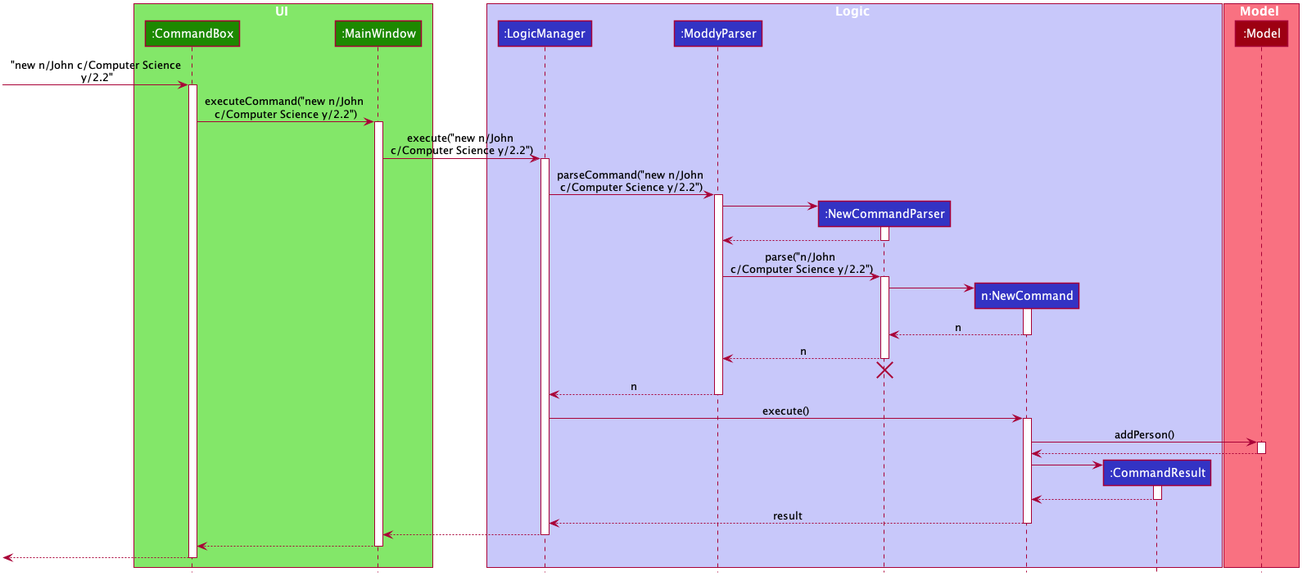
The PlantUML diagram docs/images/NewCommandSequenceDiagram.png in nus-cs2103-AY1920S2/addressbook-level3, before a commit.
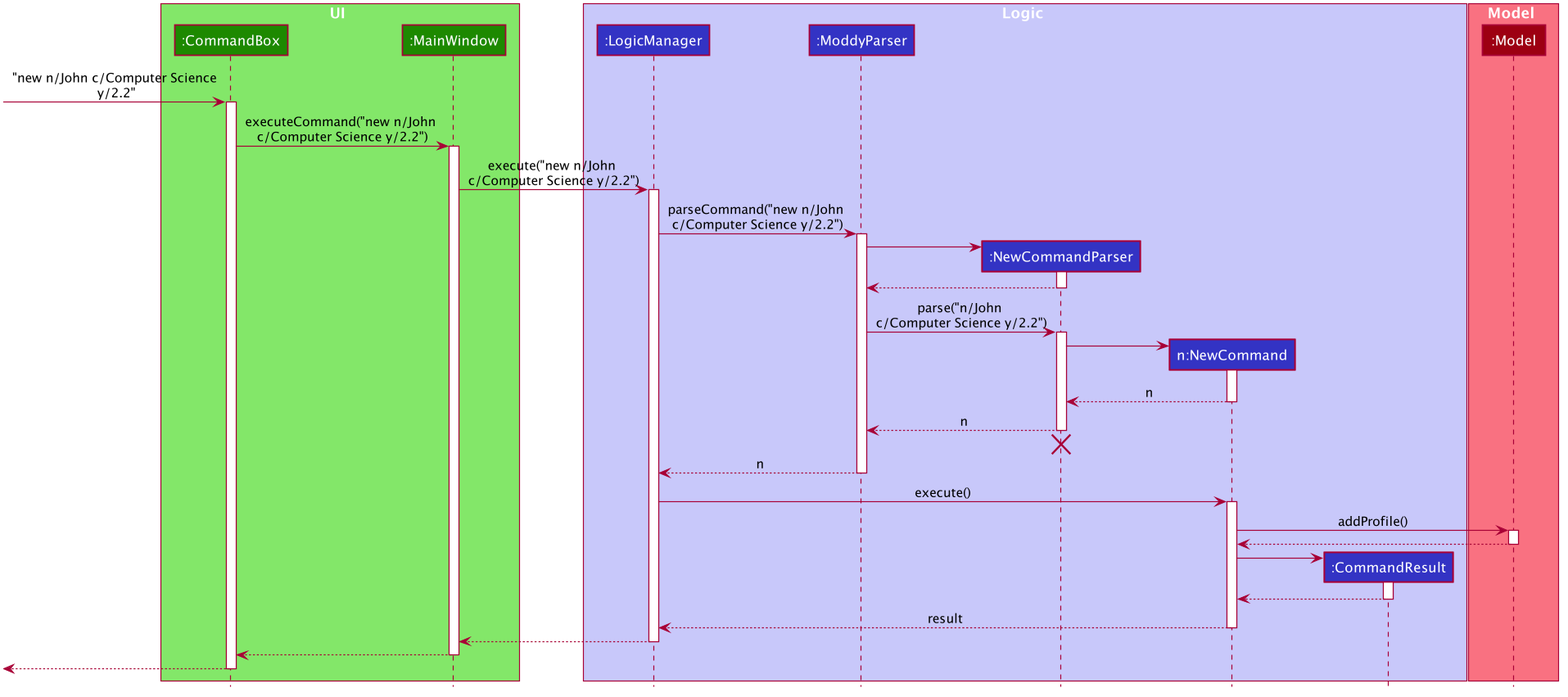
After the commit.

The edit, as a diff of the source:
```diff
@@ -105,7 +105,7 @@
 LogicManager -> NewCommand : execute()
 activate NewCommand
 
-NewCommand -> Model : addPerson()
+NewCommand -> Model : addProfile()
 activate Model
 
 Model --> NewCommand
```
